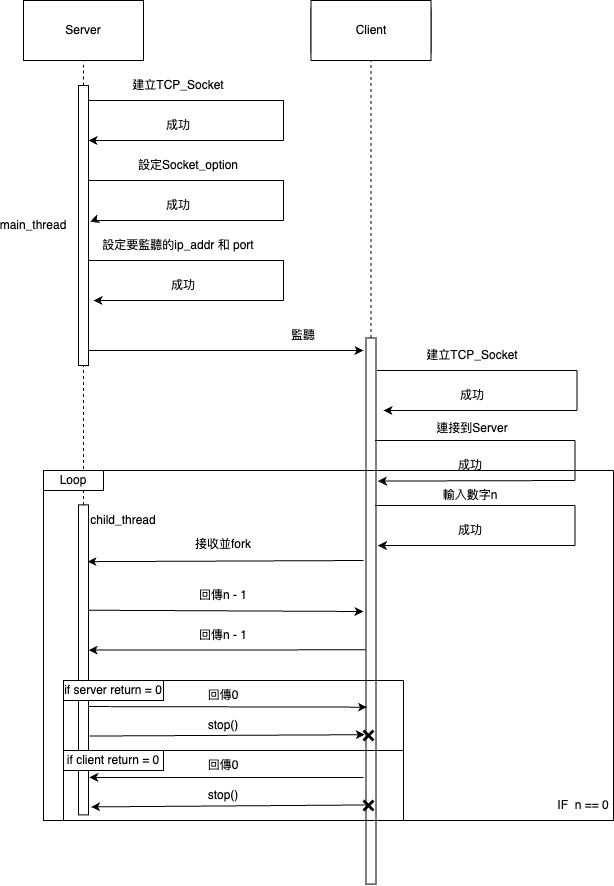
kokorosawa/FCU_Network_Programming keeps this draw.io diagram as lab5/lab5.drawio.png. Above is the earlier version. Source tidied: cells renumbered, new cells last; positions are measured from the earlier drawing's top-left corner, leaving out a move shared by most shapes. The source it was exported from:
```xml
<mxGraphModel>
  <root>
    <mxCell id="0" />
    <mxCell id="1" parent="0" />
    <mxCell id="2" style="rounded=0;whiteSpace=wrap;html=1;rotation=90;" parent="1" vertex="1">
      <mxGeometry y="654.4" width="310" height="10" as="geometry" />
    </mxCell>
    <mxCell id="3" style="endArrow=none;dashed=1;html=1;rounded=0;entryX=0.5;entryY=1;entryDx=0;entryDy=0;" parent="1" edge="1" source="2" target="68">
      <mxGeometry relative="1" as="geometry">
        <Array as="points">
          <mxPoint x="155" y="220" />
        </Array>
      </mxGeometry>
    </mxCell>
    <mxCell id="4" value="Client" style="rounded=1;whiteSpace=wrap;html=1;" parent="1" vertex="1">
      <mxGeometry x="382.5" width="120" height="60" as="geometry" />
    </mxCell>
    <mxCell id="5" value="Server" style="rounded=1;whiteSpace=wrap;html=1;" parent="1" vertex="1">
      <mxGeometry x="95" width="120" height="60" as="geometry" />
    </mxCell>
    <mxCell id="6" value="Client" style="rounded=0;whiteSpace=wrap;html=1;" parent="1" vertex="1">
      <mxGeometry x="382.5" width="120" height="60" as="geometry" />
    </mxCell>
    <mxCell id="7" value="Server" style="rounded=0;whiteSpace=wrap;html=1;" parent="1" vertex="1">
      <mxGeometry x="95" width="120" height="60" as="geometry" />
    </mxCell>
    <mxCell id="8" style="endArrow=none;dashed=1;html=1;rounded=0;entryX=0.5;entryY=1;entryDx=0;entryDy=0;" parent="1" edge="1" source="28" target="6">
      <mxGeometry relative="1" as="geometry" />
    </mxCell>
    <mxCell id="9" style="endArrow=none;dashed=1;html=1;rounded=0;entryX=0.5;entryY=1;entryDx=0;entryDy=0;" parent="1" edge="1" source="68" target="7">
      <mxGeometry relative="1" as="geometry" />
    </mxCell>
    <mxCell id="10" style="endArrow=none;html=1;rounded=0;" parent="1" edge="1">
      <mxGeometry relative="1" as="geometry">
        <mxPoint x="155" y="100" as="sourcePoint" />
        <mxPoint x="355" y="100" as="targetPoint" />
      </mxGeometry>
    </mxCell>
    <mxCell id="11" style="endArrow=none;html=1;rounded=0;" parent="1" edge="1">
      <mxGeometry relative="1" as="geometry">
        <mxPoint x="355" y="140" as="sourcePoint" />
        <mxPoint x="355" y="100" as="targetPoint" />
      </mxGeometry>
    </mxCell>
    <mxCell id="12" style="endArrow=classic;html=1;rounded=0;" parent="1" edge="1">
      <mxGeometry relative="1" as="geometry">
        <mxPoint x="355" y="140" as="sourcePoint" />
        <mxPoint x="160" y="139.7" as="targetPoint" />
        <Array as="points">
          <mxPoint x="160" y="140" />
        </Array>
      </mxGeometry>
    </mxCell>
    <mxCell id="13" value="建立TCP_Socket" style="text;html=1;strokeColor=none;fillColor=none;align=center;verticalAlign=middle;whiteSpace=wrap;rounded=0;" parent="1" vertex="1">
      <mxGeometry x="195" y="70" width="110" height="30" as="geometry" />
    </mxCell>
    <mxCell id="14" value="成功" style="text;html=1;strokeColor=none;fillColor=none;align=center;verticalAlign=middle;whiteSpace=wrap;rounded=0;" parent="1" vertex="1">
      <mxGeometry x="220" y="110" width="60" height="30" as="geometry" />
    </mxCell>
    <mxCell id="15" style="endArrow=none;html=1;rounded=0;" parent="1" edge="1">
      <mxGeometry relative="1" as="geometry">
        <mxPoint x="155" y="180" as="sourcePoint" />
        <mxPoint x="355" y="180" as="targetPoint" />
      </mxGeometry>
    </mxCell>
    <mxCell id="16" style="endArrow=none;html=1;rounded=0;" parent="1" edge="1">
      <mxGeometry relative="1" as="geometry">
        <mxPoint x="355" y="220" as="sourcePoint" />
        <mxPoint x="355" y="180" as="targetPoint" />
      </mxGeometry>
    </mxCell>
    <mxCell id="17" style="endArrow=classic;html=1;rounded=0;entryX=0.171;entryY=-0.166;entryDx=0;entryDy=0;entryPerimeter=0;" parent="1" edge="1">
      <mxGeometry relative="1" as="geometry">
        <mxPoint x="355" y="220" as="sourcePoint" />
        <mxPoint x="161.7" y="221.2" as="targetPoint" />
        <Array as="points">
          <mxPoint x="205" y="220" />
          <mxPoint x="165" y="220" />
        </Array>
      </mxGeometry>
    </mxCell>
    <mxCell id="18" value="成功" style="text;html=1;strokeColor=none;fillColor=none;align=center;verticalAlign=middle;whiteSpace=wrap;rounded=0;" parent="1" vertex="1">
      <mxGeometry x="220" y="190" width="60" height="30" as="geometry" />
    </mxCell>
    <mxCell id="19" value="設定Socket_option" style="text;html=1;strokeColor=none;fillColor=none;align=center;verticalAlign=middle;whiteSpace=wrap;rounded=0;" parent="1" vertex="1">
      <mxGeometry x="195" y="150" width="130" height="30" as="geometry" />
    </mxCell>
    <mxCell id="20" style="endArrow=none;html=1;rounded=0;" parent="1" edge="1">
      <mxGeometry relative="1" as="geometry">
        <mxPoint x="155" y="260" as="sourcePoint" />
        <mxPoint x="355" y="260" as="targetPoint" />
      </mxGeometry>
    </mxCell>
    <mxCell id="21" style="endArrow=none;html=1;rounded=0;" parent="1" edge="1">
      <mxGeometry relative="1" as="geometry">
        <mxPoint x="355" y="300" as="sourcePoint" />
        <mxPoint x="355" y="260" as="targetPoint" />
      </mxGeometry>
    </mxCell>
    <mxCell id="22" style="endArrow=classic;html=1;rounded=0;" parent="1" edge="1">
      <mxGeometry relative="1" as="geometry">
        <mxPoint x="355" y="300" as="sourcePoint" />
        <mxPoint x="165" y="300" as="targetPoint" />
      </mxGeometry>
    </mxCell>
    <mxCell id="23" value="成功" style="text;html=1;strokeColor=none;fillColor=none;align=center;verticalAlign=middle;whiteSpace=wrap;rounded=0;" parent="1" vertex="1">
      <mxGeometry x="224.9" y="270" width="60" height="30" as="geometry" />
    </mxCell>
    <mxCell id="24" value="設定要監聽的ip_addr 和 port" style="text;html=1;strokeColor=none;fillColor=none;align=center;verticalAlign=middle;whiteSpace=wrap;rounded=0;" parent="1" vertex="1">
      <mxGeometry x="170" y="230" width="160" height="30" as="geometry" />
    </mxCell>
    <mxCell id="25" value="監聽" style="text;html=1;strokeColor=none;fillColor=none;align=center;verticalAlign=middle;whiteSpace=wrap;rounded=0;" parent="1" vertex="1">
      <mxGeometry x="345" y="320" width="60" height="30" as="geometry" />
    </mxCell>
    <mxCell id="26" style="endArrow=classic;html=1;rounded=0;" parent="1" edge="1">
      <mxGeometry relative="1" as="geometry">
        <mxPoint x="155" y="350" as="sourcePoint" />
        <mxPoint x="435" y="350" as="targetPoint" />
      </mxGeometry>
    </mxCell>
    <mxCell id="27" style="endArrow=none;dashed=1;html=1;rounded=0;" parent="1" edge="1" target="28">
      <mxGeometry relative="1" as="geometry">
        <mxPoint x="443" y="710" as="sourcePoint" />
      </mxGeometry>
    </mxCell>
    <mxCell id="28" style="rounded=0;whiteSpace=wrap;html=1;rotation=90;" parent="1" vertex="1">
      <mxGeometry x="169.4" y="605.5" width="546.1" height="10" as="geometry" />
    </mxCell>
    <mxCell id="29" style="endArrow=none;html=1;rounded=0;" parent="1" edge="1">
      <mxGeometry relative="1" as="geometry">
        <mxPoint x="448.5" y="370" as="sourcePoint" />
        <mxPoint x="648.5" y="370" as="targetPoint" />
      </mxGeometry>
    </mxCell>
    <mxCell id="30" style="endArrow=none;html=1;rounded=0;" parent="1" edge="1">
      <mxGeometry relative="1" as="geometry">
        <mxPoint x="648.5" y="410" as="sourcePoint" />
        <mxPoint x="648.5" y="370" as="targetPoint" />
      </mxGeometry>
    </mxCell>
    <mxCell id="31" style="endArrow=classic;html=1;rounded=0;" parent="1" edge="1">
      <mxGeometry relative="1" as="geometry">
        <mxPoint x="648.5" y="410" as="sourcePoint" />
        <mxPoint x="455" y="410" as="targetPoint" />
      </mxGeometry>
    </mxCell>
    <mxCell id="32" value="成功" style="text;html=1;strokeColor=none;fillColor=none;align=center;verticalAlign=middle;whiteSpace=wrap;rounded=0;" parent="1" vertex="1">
      <mxGeometry x="513.5" y="380" width="60" height="30" as="geometry" />
    </mxCell>
    <mxCell id="33" value="建立TCP_Socket" style="text;html=1;strokeColor=none;fillColor=none;align=center;verticalAlign=middle;whiteSpace=wrap;rounded=0;" parent="1" vertex="1">
      <mxGeometry x="488.5" y="340" width="110" height="30" as="geometry" />
    </mxCell>
    <mxCell id="34" style="endArrow=none;html=1;rounded=0;" parent="1" edge="1">
      <mxGeometry relative="1" as="geometry">
        <mxPoint x="446.5" y="440" as="sourcePoint" />
        <mxPoint x="646.5" y="440" as="targetPoint" />
      </mxGeometry>
    </mxCell>
    <mxCell id="35" style="endArrow=none;html=1;rounded=0;" parent="1" edge="1">
      <mxGeometry relative="1" as="geometry">
        <mxPoint x="646.5" y="480" as="sourcePoint" />
        <mxPoint x="646.5" y="440" as="targetPoint" />
      </mxGeometry>
    </mxCell>
    <mxCell id="36" style="endArrow=classic;html=1;rounded=0;entryX=0.262;entryY=-0.192;entryDx=0;entryDy=0;entryPerimeter=0;" parent="1" edge="1" target="28">
      <mxGeometry relative="1" as="geometry">
        <mxPoint x="646.5" y="480" as="sourcePoint" />
      </mxGeometry>
    </mxCell>
    <mxCell id="37" value="成功" style="text;html=1;strokeColor=none;fillColor=none;align=center;verticalAlign=middle;whiteSpace=wrap;rounded=0;" parent="1" vertex="1">
      <mxGeometry x="511.5" y="450" width="60" height="30" as="geometry" />
    </mxCell>
    <mxCell id="38" value="連接到Server" style="text;html=1;strokeColor=none;fillColor=none;align=center;verticalAlign=middle;whiteSpace=wrap;rounded=0;" parent="1" vertex="1">
      <mxGeometry x="497.8" y="412.5" width="91.5" height="30" as="geometry" />
    </mxCell>
    <mxCell id="39" style="endArrow=none;html=1;rounded=0;" parent="1" edge="1">
      <mxGeometry relative="1" as="geometry">
        <mxPoint x="446.5" y="505" as="sourcePoint" />
        <mxPoint x="646.5" y="505" as="targetPoint" />
      </mxGeometry>
    </mxCell>
    <mxCell id="40" style="endArrow=none;html=1;rounded=0;" parent="1" edge="1">
      <mxGeometry relative="1" as="geometry">
        <mxPoint x="646.5" y="545" as="sourcePoint" />
        <mxPoint x="646.5" y="505" as="targetPoint" />
      </mxGeometry>
    </mxCell>
    <mxCell id="41" style="endArrow=classic;html=1;rounded=0;entryX=0.38;entryY=-0.192;entryDx=0;entryDy=0;entryPerimeter=0;" parent="1" edge="1" target="28">
      <mxGeometry relative="1" as="geometry">
        <mxPoint x="646.5" y="545" as="sourcePoint" />
      </mxGeometry>
    </mxCell>
    <mxCell id="42" value="成功" style="text;html=1;strokeColor=none;fillColor=none;align=center;verticalAlign=middle;whiteSpace=wrap;rounded=0;" parent="1" vertex="1">
      <mxGeometry x="511.5" y="515" width="60" height="30" as="geometry" />
    </mxCell>
    <mxCell id="43" value="輸入數字n" style="text;html=1;strokeColor=none;fillColor=none;align=center;verticalAlign=middle;whiteSpace=wrap;rounded=0;" parent="1" vertex="1">
      <mxGeometry x="511.5" y="480" width="60" height="30" as="geometry" />
    </mxCell>
    <mxCell id="44" style="swimlane;startSize=0;" parent="1" vertex="1">
      <mxGeometry x="115" y="470" width="570" height="350" as="geometry" />
    </mxCell>
    <mxCell id="45" value="child_thread" style="text;html=1;strokeColor=none;fillColor=none;align=center;verticalAlign=middle;whiteSpace=wrap;rounded=0;" parent="44" vertex="1">
      <mxGeometry x="50" y="35" width="60" height="30" as="geometry" />
    </mxCell>
    <mxCell id="46" style="endArrow=classic;html=1;rounded=0;entryX=0.598;entryY=0.108;entryDx=0;entryDy=0;entryPerimeter=0;" parent="44" edge="1">
      <mxGeometry relative="1" as="geometry">
        <mxPoint x="320" y="90" as="sourcePoint" />
        <mxPoint x="43.9" y="91.2" as="targetPoint" />
      </mxGeometry>
    </mxCell>
    <mxCell id="47" value="接收並fork" style="text;html=1;strokeColor=none;fillColor=none;align=center;verticalAlign=middle;whiteSpace=wrap;rounded=0;" parent="44" vertex="1">
      <mxGeometry x="150" y="59.4" width="60" height="30" as="geometry" />
    </mxCell>
    <mxCell id="48" value="回傳n - 1" style="text;html=1;strokeColor=none;fillColor=none;align=center;verticalAlign=middle;whiteSpace=wrap;rounded=0;" parent="44" vertex="1">
      <mxGeometry x="150" y="110" width="60" height="30" as="geometry" />
    </mxCell>
    <mxCell id="49" value="回傳n - 1" style="text;html=1;strokeColor=none;fillColor=none;align=center;verticalAlign=middle;whiteSpace=wrap;rounded=0;" parent="44" vertex="1">
      <mxGeometry x="150" y="150" width="60" height="30" as="geometry" />
    </mxCell>
    <mxCell id="50" value="Loop" style="rounded=0;whiteSpace=wrap;html=1;" parent="44" vertex="1">
      <mxGeometry width="60" height="20" as="geometry" />
    </mxCell>
    <mxCell id="51" value="IF&amp;nbsp; n == 0" style="text;html=1;strokeColor=none;fillColor=none;align=center;verticalAlign=middle;whiteSpace=wrap;rounded=0;" parent="44" vertex="1">
      <mxGeometry x="510" y="320" width="60" height="30" as="geometry" />
    </mxCell>
    <mxCell id="52" style="endArrow=classic;html=1;rounded=0;exitX=0.659;exitY=-0.059;exitDx=0;exitDy=0;exitPerimeter=0;" parent="1" edge="1">
      <mxGeometry relative="1" as="geometry">
        <mxPoint x="160.6" y="609.7" as="sourcePoint" />
        <mxPoint x="435" y="611" as="targetPoint" />
      </mxGeometry>
    </mxCell>
    <mxCell id="53" style="endArrow=classic;html=1;rounded=0;exitX=0.571;exitY=1.036;exitDx=0;exitDy=0;exitPerimeter=0;entryX=0.709;entryY=-0.009;entryDx=0;entryDy=0;entryPerimeter=0;" parent="1" edge="1" source="28">
      <mxGeometry relative="1" as="geometry">
        <mxPoint x="160.1" y="649.5" as="targetPoint" />
      </mxGeometry>
    </mxCell>
    <mxCell id="54" style="swimlane;startSize=0;" parent="1" vertex="1">
      <mxGeometry x="135" y="680" width="340" height="140" as="geometry" />
    </mxCell>
    <mxCell id="55" value="if server return = 0" style="rounded=0;whiteSpace=wrap;html=1;" parent="54" vertex="1">
      <mxGeometry width="100" height="20" as="geometry" />
    </mxCell>
    <mxCell id="56" value="回傳0" style="text;html=1;strokeColor=none;fillColor=none;align=center;verticalAlign=middle;whiteSpace=wrap;rounded=0;" parent="54" vertex="1">
      <mxGeometry x="130" width="60" height="30" as="geometry" />
    </mxCell>
    <mxCell id="57" value="stop()" style="text;html=1;strokeColor=none;fillColor=none;align=center;verticalAlign=middle;whiteSpace=wrap;rounded=0;" parent="54" vertex="1">
      <mxGeometry x="130" y="30" width="60" height="30" as="geometry" />
    </mxCell>
    <mxCell id="58" style="shape=umlDestroy;whiteSpace=wrap;html=1;strokeWidth=3;targetShapes=umlLifeline;" parent="54" vertex="1">
      <mxGeometry x="300" y="50" width="10" height="10" as="geometry" />
    </mxCell>
    <mxCell id="59" style="swimlane;startSize=0;" parent="54" vertex="1">
      <mxGeometry y="70" width="340" height="70" as="geometry" />
    </mxCell>
    <mxCell id="60" value="if client return = 0" style="rounded=0;whiteSpace=wrap;html=1;" parent="59" vertex="1">
      <mxGeometry width="100" height="20" as="geometry" />
    </mxCell>
    <mxCell id="61" value="回傳0" style="text;html=1;strokeColor=none;fillColor=none;align=center;verticalAlign=middle;whiteSpace=wrap;rounded=0;" parent="59" vertex="1">
      <mxGeometry x="130" width="60" height="30" as="geometry" />
    </mxCell>
    <mxCell id="62" value="stop()" style="text;html=1;strokeColor=none;fillColor=none;align=center;verticalAlign=middle;whiteSpace=wrap;rounded=0;" parent="59" vertex="1">
      <mxGeometry x="130" y="30" width="60" height="30" as="geometry" />
    </mxCell>
    <mxCell id="63" style="shape=umlDestroy;whiteSpace=wrap;html=1;strokeWidth=3;targetShapes=umlLifeline;" parent="59" vertex="1">
      <mxGeometry x="300" y="50" width="10" height="10" as="geometry" />
    </mxCell>
    <mxCell id="64" style="endArrow=classic;html=1;rounded=0;exitX=0.78;exitY=-0.012;exitDx=0;exitDy=0;exitPerimeter=0;entryX=0.676;entryY=0.894;entryDx=0;entryDy=0;entryPerimeter=0;" parent="1" edge="1" target="28">
      <mxGeometry relative="1" as="geometry">
        <mxPoint x="160.1" y="706.1" as="sourcePoint" />
      </mxGeometry>
    </mxCell>
    <mxCell id="65" style="endArrow=classic;html=1;rounded=0;exitX=0.817;exitY=-0.098;exitDx=0;exitDy=0;exitPerimeter=0;entryX=0.125;entryY=0.421;entryDx=0;entryDy=0;entryPerimeter=0;" parent="1" edge="1" target="58">
      <mxGeometry relative="1" as="geometry">
        <mxPoint x="161" y="735.5" as="sourcePoint" />
      </mxGeometry>
    </mxCell>
    <mxCell id="66" style="endArrow=classic;html=1;rounded=0;entryX=0.869;entryY=-0.084;entryDx=0;entryDy=0;entryPerimeter=0;" parent="1" edge="1">
      <mxGeometry relative="1" as="geometry">
        <mxPoint x="435" y="777" as="sourcePoint" />
        <mxPoint x="160.8" y="776.9" as="targetPoint" />
      </mxGeometry>
    </mxCell>
    <mxCell id="67" style="endArrow=classic;html=1;rounded=0;exitX=0.125;exitY=0.446;exitDx=0;exitDy=0;exitPerimeter=0;entryX=0.906;entryY=-0.241;entryDx=0;entryDy=0;entryPerimeter=0;" parent="1" edge="1" source="63">
      <mxGeometry relative="1" as="geometry">
        <mxPoint x="162.4" y="806.4" as="targetPoint" />
      </mxGeometry>
    </mxCell>
    <mxCell id="68" style="rounded=0;whiteSpace=wrap;html=1;rotation=90;" parent="1" vertex="1">
      <mxGeometry x="15" y="220" width="280" height="10" as="geometry" />
    </mxCell>
    <mxCell id="69" value="main_thread" style="text;html=1;strokeColor=none;fillColor=none;align=center;verticalAlign=middle;whiteSpace=wrap;rounded=0;" parent="1" vertex="1">
      <mxGeometry x="75" y="210" width="60" height="30" as="geometry" />
    </mxCell>
  </root>
</mxGraphModel>
```
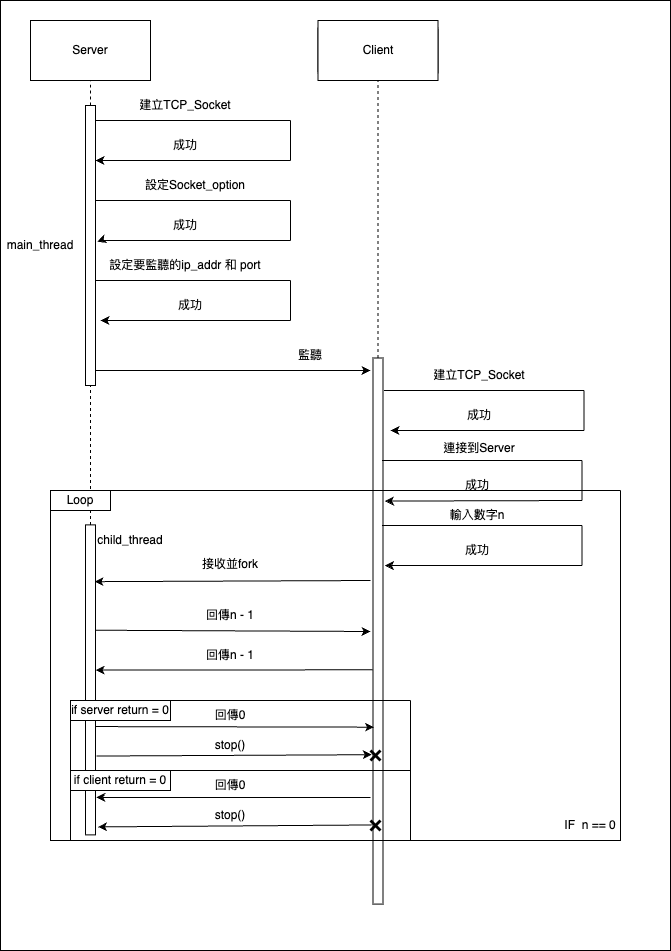
The same file after the commit.

What changed in the source:
```diff
@@ -2,6 +2,9 @@
   <root>
     <mxCell id="0" />
     <mxCell id="1" parent="0" />
+    <mxCell id="70" style="rounded=0;whiteSpace=wrap;html=1;" parent="1" vertex="1">
+      <mxGeometry x="65" y="-20" width="670" height="950" as="geometry" />
+    </mxCell>
     <mxCell id="2" style="rounded=0;whiteSpace=wrap;html=1;rotation=90;" parent="1" vertex="1">
       <mxGeometry y="654.4" width="310" height="10" as="geometry" />
     </mxCell>
```
